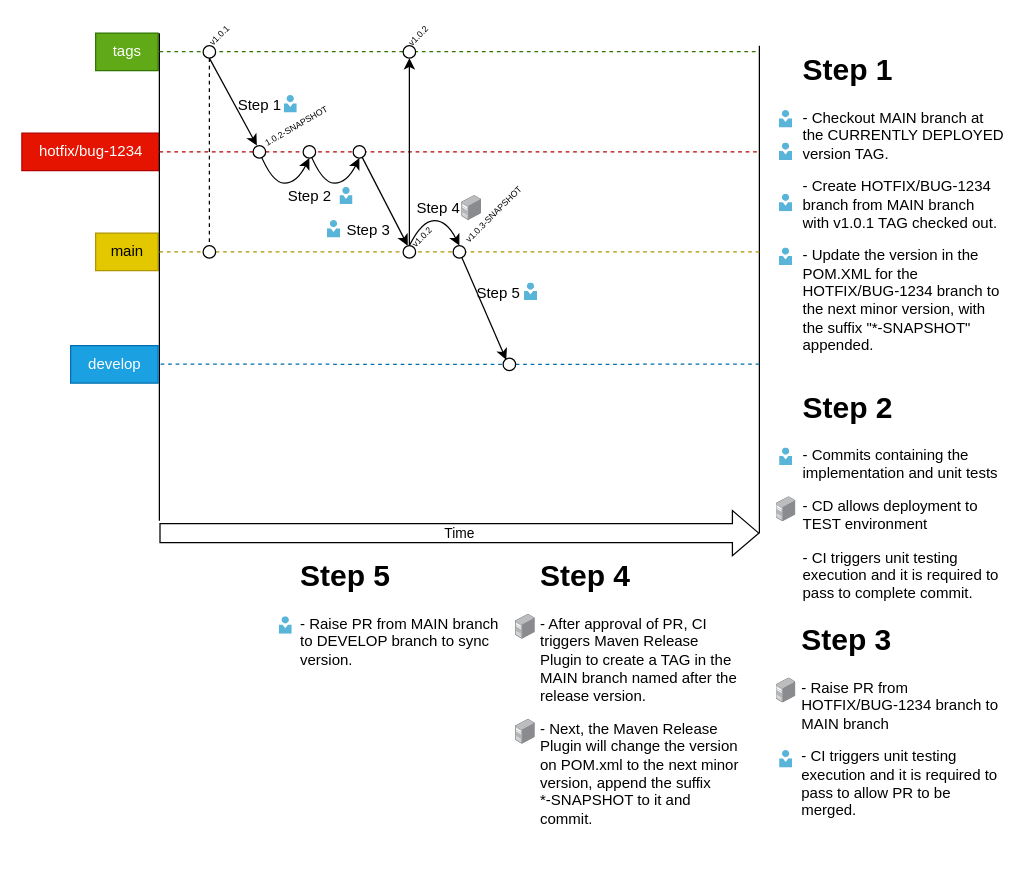
Above: page "Hotfix in existing API" (3 of 4) of docs/Branching Strategy-v2.drawio in IzinCompany/company-sapi (draw.io), before the change. Source tidied: cells renumbered, new cells numbered last; positions are measured from the earlier drawing's top-left corner, leaving out a move shared by most shapes. Both pictures are drawn from the tidied source at 125%, with x=0, y=0 at pixel (21, 26).
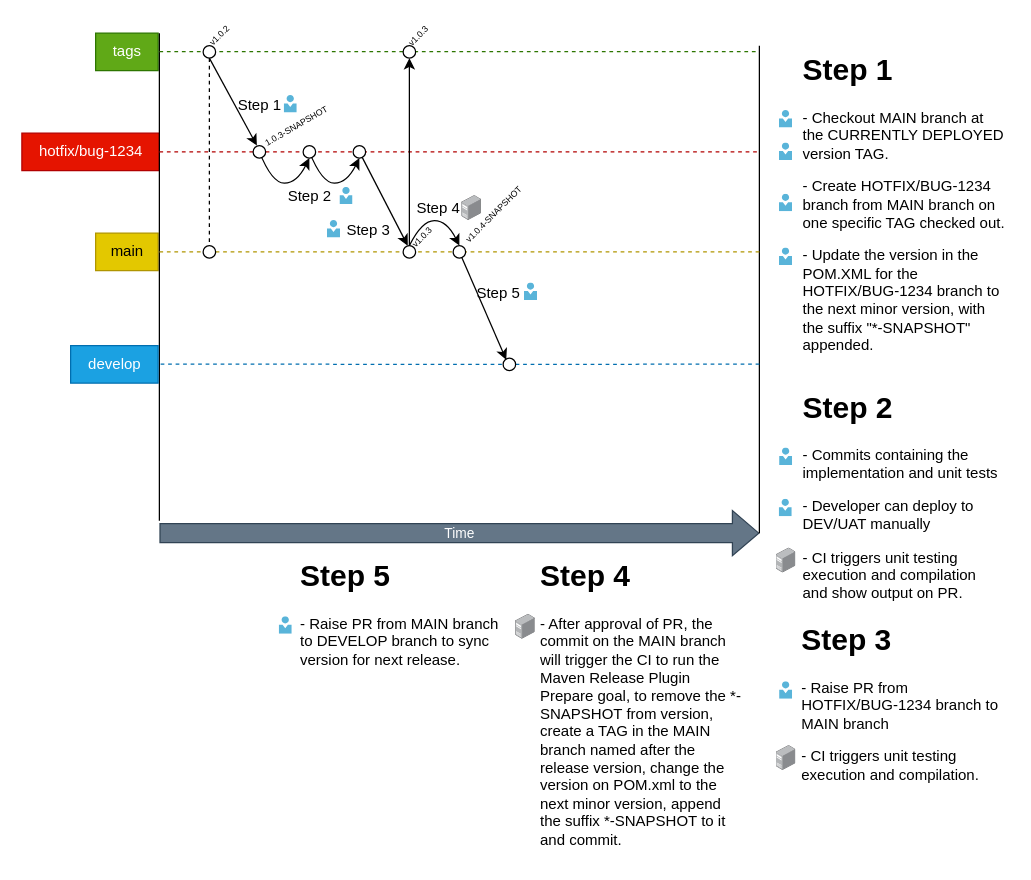
The same page after the edit.

Diff of the diagram source:
```diff
@@
-    <mxCell id="2" value="Time" style="shape=flexArrow;endArrow=classic;html=1;rounded=0;width=15.161290322580644;endSize=6.688709677419355;" parent="1" edge="1">
+    <mxCell id="2" value="Time" style="shape=flexArrow;endArrow=classic;html=1;rounded=0;width=15.161290322580644;endSize=6.688709677419355;fillColor=#647687;strokeColor=#314354;labelBackgroundColor=none;fontColor=#FFFFFF;" parent="1" edge="1">
       <mxGeometry relative="1" as="geometry">
         <mxPoint x="110" y="405" as="sourcePoint" />
         <mxPoint x="590" y="405" as="targetPoint" />
       </mxGeometry>
     </mxCell>
@@
-    <mxCell id="31" value="1.0.2-SNAPSHOT" style="text;html=1;strokeColor=none;fillColor=none;align=center;verticalAlign=middle;whiteSpace=wrap;rounded=0;fontSize=7;rotation=-30;" parent="1" vertex="1">
+    <mxCell id="31" value="1.0.3-SNAPSHOT" style="text;html=1;strokeColor=none;fillColor=none;align=center;verticalAlign=middle;whiteSpace=wrap;rounded=0;fontSize=7;rotation=-30;" parent="1" vertex="1">
       <mxGeometry x="188" y="72" width="64" height="15" as="geometry" />
     </mxCell>
-    <mxCell id="32" value="v1.0.1" style="text;html=1;strokeColor=none;fillColor=none;align=center;verticalAlign=middle;whiteSpace=wrap;rounded=0;fontSize=7;rotation=-45;" parent="1" vertex="1">
+    <mxCell id="32" value="v1.0.2" style="text;html=1;strokeColor=none;fillColor=none;align=center;verticalAlign=middle;whiteSpace=wrap;rounded=0;fontSize=7;rotation=-45;" parent="1" vertex="1">
       <mxGeometry x="148.5" width="19" height="15" as="geometry" />
     </mxCell>
@@
-    <mxCell id="39" value="v1.0.2" style="text;html=1;strokeColor=none;fillColor=none;align=center;verticalAlign=middle;whiteSpace=wrap;rounded=0;fontSize=7;rotation=-45;" parent="1" vertex="1">
+    <mxCell id="39" value="v1.0.3" style="text;html=1;strokeColor=none;fillColor=none;align=center;verticalAlign=middle;whiteSpace=wrap;rounded=0;fontSize=7;rotation=-45;" parent="1" vertex="1">
       <mxGeometry x="308" width="19" height="15" as="geometry" />
     </mxCell>
-    <mxCell id="40" value="v1.0.2" style="text;html=1;strokeColor=none;fillColor=none;align=center;verticalAlign=middle;whiteSpace=wrap;rounded=0;fontSize=7;rotation=-45;" parent="1" vertex="1">
+    <mxCell id="40" value="v1.0.3" style="text;html=1;strokeColor=none;fillColor=none;align=center;verticalAlign=middle;whiteSpace=wrap;rounded=0;fontSize=7;rotation=-45;" parent="1" vertex="1">
       <mxGeometry x="311" y="161" width="19" height="15" as="geometry" />
     </mxCell>
-    <mxCell id="41" value="v1.0.3-SNAPSHOT" style="text;html=1;strokeColor=none;fillColor=none;align=center;verticalAlign=middle;whiteSpace=wrap;rounded=0;fontSize=7;rotation=-45;" parent="1" vertex="1">
+    <mxCell id="41" value="v1.0.4-SNAPSHOT" style="text;html=1;strokeColor=none;fillColor=none;align=center;verticalAlign=middle;whiteSpace=wrap;rounded=0;fontSize=7;rotation=-45;" parent="1" vertex="1">
       <mxGeometry x="342.5" y="143" width="70" height="15" as="geometry" />
     </mxCell>
@@
-    <mxCell id="48" value="&lt;h1&gt;Step 3&lt;/h1&gt;&lt;p&gt;&lt;/p&gt;- Raise PR from HOTFIX/BUG-1234 branch to MAIN branch&lt;p&gt;- CI triggers unit testing execution and it is required to pass to allow PR to be merged.&lt;/p&gt;" style="text;html=1;strokeColor=none;fillColor=none;spacing=5;spacingTop=-20;whiteSpace=wrap;overflow=hidden;rounded=0;" parent="1" vertex="1">
-      <mxGeometry x="619.3" y="471" width="170.7" height="167" as="geometry" />
+    <mxCell id="48" value="&lt;h1&gt;Step 3&lt;/h1&gt;&lt;p&gt;&lt;/p&gt;- Raise PR from HOTFIX/BUG-1234 branch to MAIN branch&lt;p&gt;&lt;/p&gt;- CI triggers unit testing execution and compilation." style="text;html=1;strokeColor=none;fillColor=none;spacing=5;spacingTop=-20;whiteSpace=wrap;overflow=hidden;rounded=0;" parent="1" vertex="1">
+      <mxGeometry x="619.3" y="471" width="170.7" height="144" as="geometry" />
     </mxCell>
     <mxCell id="49" style="image;sketch=0;html=1;align=center;fontSize=12;image=img/lib/mscae/Person.svg;" parent="1" vertex="1">
-      <mxGeometry x="606.3" y="579" width="10.4" height="14" as="geometry" />
+      <mxGeometry x="606.3" y="524" width="10.4" height="14" as="geometry" />
     </mxCell>
     <mxCell id="50" style="image;html=1;align=center;shadow=0;dashed=0;image=img/lib/allied_telesis/computer_and_terminals/Server_Desktop.svg;" parent="1" vertex="1">
-      <mxGeometry x="603.5" y="521" width="15.8" height="20" as="geometry" />
+      <mxGeometry x="603.5" y="575" width="15.8" height="20" as="geometry" />
     </mxCell>
-    <mxCell id="51" value="&lt;h1&gt;Step 1&lt;/h1&gt;&lt;p&gt;- Checkout MAIN branch at the CURRENTLY DEPLOYED version TAG.&lt;/p&gt;&lt;p&gt;- Create HOTFIX/BUG-1234 branch from MAIN branch with v1.0.1 TAG checked out.&lt;/p&gt;- Update the version in the POM.XML for the HOTFIX/BUG-1234 branch to the next minor version, with the suffix &quot;*-SNAPSHOT&quot; appended." style="text;html=1;strokeColor=none;fillColor=none;spacing=5;spacingTop=-20;whiteSpace=wrap;overflow=hidden;rounded=0;align=left;" parent="1" vertex="1">
+    <mxCell id="51" value="&lt;h1&gt;Step 1&lt;/h1&gt;&lt;p&gt;- Checkout MAIN branch at the CURRENTLY DEPLOYED version TAG.&lt;/p&gt;&lt;p&gt;- Create HOTFIX/BUG-1234 branch from MAIN branch on one specific TAG checked out.&lt;/p&gt;- Update the version in the POM.XML for the HOTFIX/BUG-1234 branch to the next minor version, with the suffix &quot;*-SNAPSHOT&quot; appended." style="text;html=1;strokeColor=none;fillColor=none;spacing=5;spacingTop=-20;whiteSpace=wrap;overflow=hidden;rounded=0;align=left;" parent="1" vertex="1">
       <mxGeometry x="620.3" y="15" width="169.7" height="250" as="geometry" />
     </mxCell>
-    <mxCell id="52" value="&lt;h1&gt;Step 2&lt;/h1&gt;&lt;h1&gt;&lt;p style=&quot;font-size: 12px; font-weight: 400;&quot;&gt;- Commits containing the implementation and unit tests&amp;nbsp;&lt;br&gt;&lt;/p&gt;&lt;p style=&quot;font-size: 12px; font-weight: 400;&quot;&gt;- CD allows deployment to TEST environment&lt;/p&gt;&lt;p style=&quot;font-size: 12px; font-weight: 400;&quot;&gt;- CI triggers unit testing execution and it is required to pass to complete commit.&lt;br&gt;&lt;/p&gt;&lt;/h1&gt;" style="text;html=1;strokeColor=none;fillColor=none;spacing=5;spacingTop=-20;whiteSpace=wrap;overflow=hidden;rounded=0;" parent="1" vertex="1">
+    <mxCell id="52" value="&lt;h1&gt;Step 2&lt;/h1&gt;&lt;h1&gt;&lt;p style=&quot;font-size: 12px; font-weight: 400;&quot;&gt;- Commits containing the implementation and unit tests&amp;nbsp;&lt;br&gt;&lt;/p&gt;&lt;p style=&quot;font-size: 12px; font-weight: 400;&quot;&gt;- Developer can deploy to DEV/UAT manually&lt;/p&gt;&lt;p style=&quot;font-size: 12px; font-weight: 400;&quot;&gt;- CI triggers unit testing execution and compilation and show output on PR.&lt;br&gt;&lt;/p&gt;&lt;/h1&gt;" style="text;html=1;strokeColor=none;fillColor=none;spacing=5;spacingTop=-20;whiteSpace=wrap;overflow=hidden;rounded=0;" parent="1" vertex="1">
       <mxGeometry x="620" y="285" width="170" height="180" as="geometry" />
     </mxCell>
@@
     <mxCell id="58" style="image;html=1;align=center;shadow=0;dashed=0;image=img/lib/allied_telesis/computer_and_terminals/Server_Desktop.svg;" parent="1" vertex="1">
-      <mxGeometry x="603.5" y="376" width="15.8" height="20" as="geometry" />
+      <mxGeometry x="603.5" y="417" width="15.8" height="20" as="geometry" />
     </mxCell>
-    <mxCell id="59" value="&lt;h1&gt;Step 4&lt;/h1&gt;&lt;p&gt;- After approval of PR, CI triggers Maven Release Plugin to create a TAG in the MAIN branch named after the release version.&lt;/p&gt;&lt;p&gt;- Next, the Maven Release Plugin will change the version on POM.xml to the next minor version, append the suffix&lt;br&gt;*-SNAPSHOT to it and commit.&lt;/p&gt;" style="text;html=1;strokeColor=none;fillColor=none;spacing=5;spacingTop=-20;whiteSpace=wrap;overflow=hidden;rounded=0;" parent="1" vertex="1">
-      <mxGeometry x="410.4" y="420" width="169.2" height="230" as="geometry" />
+    <mxCell id="59" value="&lt;h1&gt;Step 4&lt;/h1&gt;&lt;p&gt;&lt;/p&gt;- After approval of PR, the commit on the MAIN branch will trigger the CI to run the Maven Release Plugin Prepare goal, to remove the *-SNAPSHOT from version, create a TAG in the MAIN branch named after the release version,&amp;nbsp;change the version on POM.xml to the next minor version, append the suffix&amp;nbsp;*-SNAPSHOT to it and commit." style="text;html=1;strokeColor=none;fillColor=none;spacing=5;spacingTop=-20;whiteSpace=wrap;overflow=hidden;rounded=0;" parent="1" vertex="1">
+      <mxGeometry x="410.4" y="420" width="169.2" height="245" as="geometry" />
     </mxCell>
-    <mxCell id="60" style="image;html=1;align=center;shadow=0;dashed=0;image=img/lib/allied_telesis/computer_and_terminals/Server_Desktop.svg;" parent="1" vertex="1">
-      <mxGeometry x="395" y="554" width="15.8" height="20" as="geometry" />
-    </mxCell>
@@
-    <mxCell id="63" value="&lt;h1&gt;Step 5&lt;/h1&gt;&lt;p&gt;- Raise PR from MAIN branch to DEVELOP branch to sync version.&lt;/p&gt;" style="text;html=1;strokeColor=none;fillColor=none;spacing=5;spacingTop=-20;whiteSpace=wrap;overflow=hidden;rounded=0;" parent="1" vertex="1">
+    <mxCell id="63" value="&lt;h1&gt;Step 5&lt;/h1&gt;&lt;p&gt;- Raise PR from MAIN branch to DEVELOP branch to sync version for next release.&lt;/p&gt;" style="text;html=1;strokeColor=none;fillColor=none;spacing=5;spacingTop=-20;whiteSpace=wrap;overflow=hidden;rounded=0;" parent="1" vertex="1">
       <mxGeometry x="217.9" y="420" width="169.2" height="100" as="geometry" />
     </mxCell>
+    <mxCell id="64" style="image;sketch=0;html=1;align=center;fontSize=12;image=img/lib/mscae/Person.svg;" parent="1" vertex="1">
+      <mxGeometry x="606" y="378" width="10.4" height="14" as="geometry" />
+    </mxCell>
```
